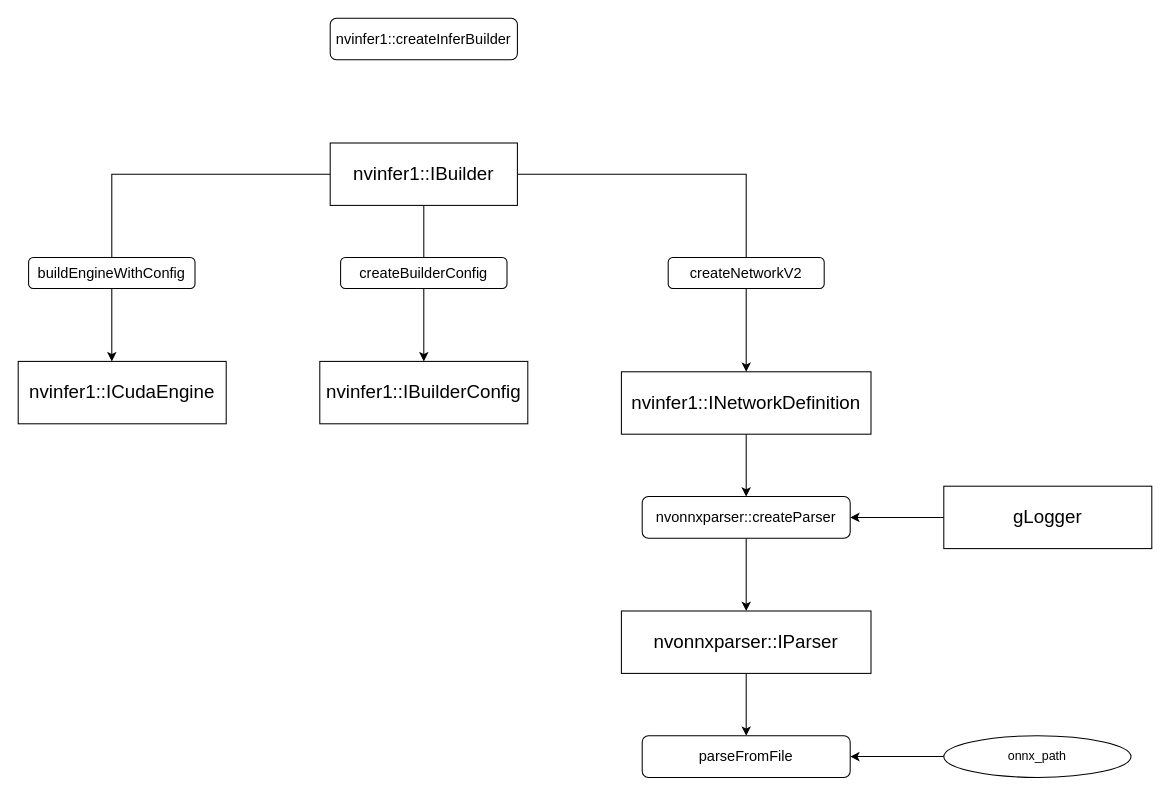
Before: tensorrt/tensorrt.drawio in zxbgoat/notes.md, a draw.io diagram. Source tidied: cells renumbered, new cells numbered last; positions are measured from the earlier drawing's top-left corner, leaving out a move shared by most shapes. Both pictures are drawn from the tidied source at 104%, with x=0, y=0 at pixel (18, 18).
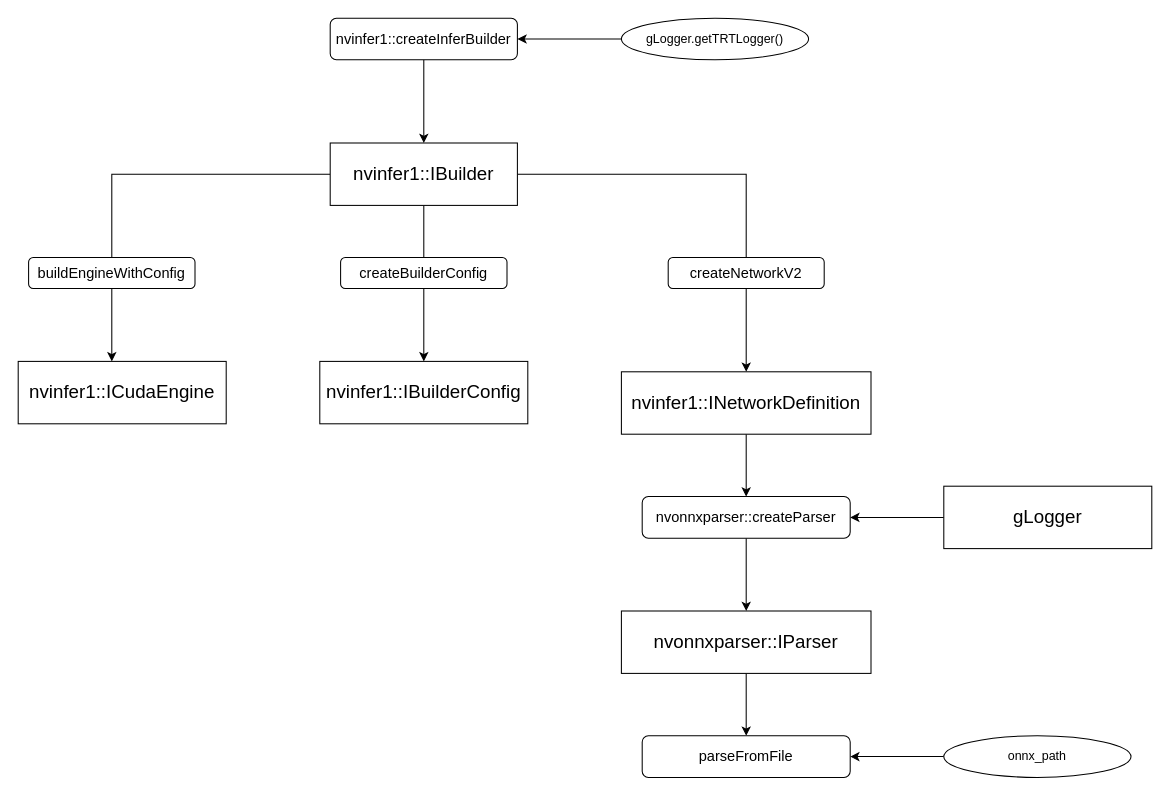
After the change.

Commit message (it also covers changes not shown here):
add some notes for tensorrt

The change refers to these unchanged cells:
```xml
<mxCell id="5" value="&lt;font style=&quot;font-size: 18px&quot;&gt;nvinfer1::IBuilder&lt;/font&gt;" style="rounded=0;whiteSpace=wrap;html=1;" parent="1" vertex="1">
  <mxGeometry x="300" y="120" width="180" height="60" as="geometry" />
</mxCell>
<mxCell id="11" value="&lt;span&gt;&lt;font style=&quot;font-size: 14px&quot;&gt;nvinfer1::createInferBuilder&lt;/font&gt;&lt;/span&gt;" style="rounded=1;whiteSpace=wrap;html=1;" parent="1" vertex="1">
  <mxGeometry x="300" width="180" height="40" as="geometry" />
</mxCell>
```

The edit, as a diff of the source:
```diff
@@
+    <mxCell id="23" style="edgeStyle=orthogonalEdgeStyle;rounded=0;jettySize=auto;html=1;" parent="1" edge="1" source="11" target="5">
+      <mxGeometry relative="1" as="geometry" />
+    </mxCell>
@@
+    <mxCell id="24" style="edgeStyle=orthogonalEdgeStyle;rounded=0;jettySize=auto;html=1;" parent="1" edge="1" source="25" target="11">
+      <mxGeometry relative="1" as="geometry" />
+    </mxCell>
+    <mxCell id="25" value="gLogger.getTRTLogger()" style="ellipse;whiteSpace=wrap;html=1;" parent="1" vertex="1">
+      <mxGeometry x="580" width="180" height="40" as="geometry" />
+    </mxCell>
```
